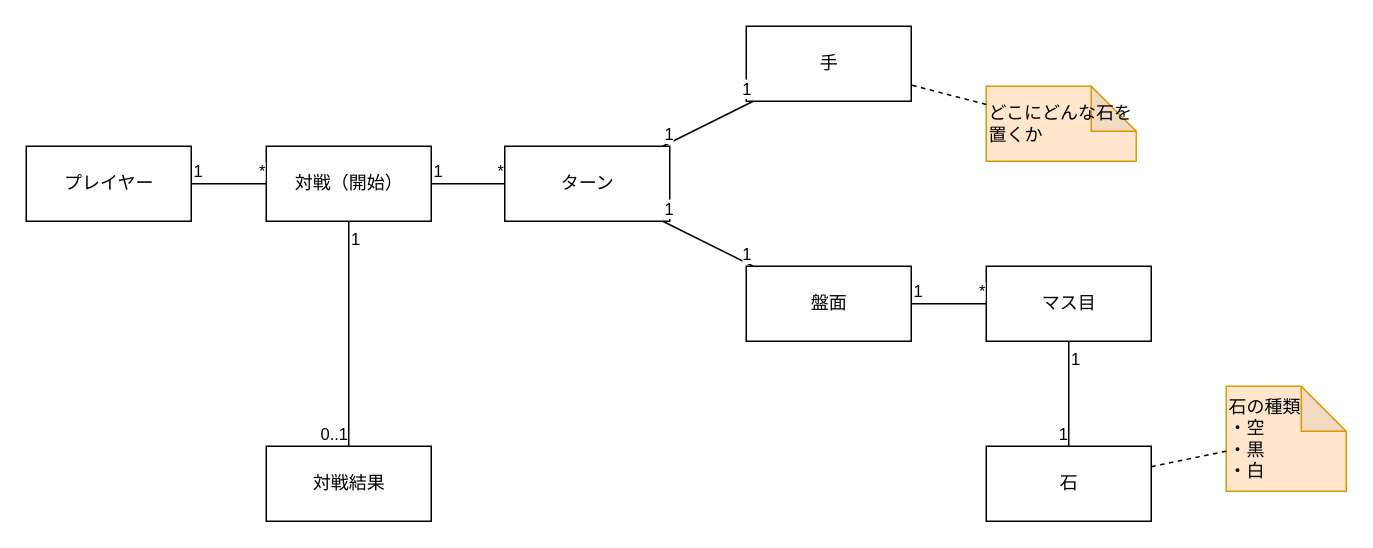
The draw.io diagram docs/conceptual-model.drawio in shingoooooon/ts-reversi, before the edit. Source tidied: cells renumbered, new cells numbered last; positions are measured from the earlier drawing's top-left corner, leaving out a move shared by most shapes. Both pictures are drawn from the tidied source at 150%, with x=0, y=0 at pixel (26, 26).
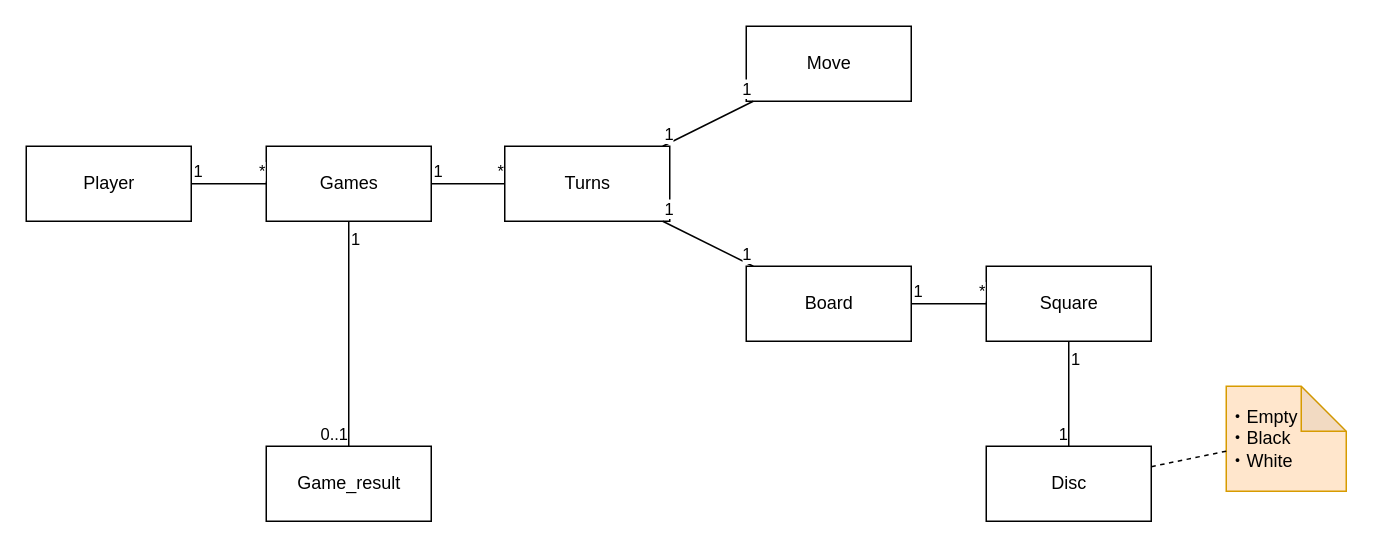
The same page after the edit.

Change to the diagram source:
```diff
@@
-    <mxCell id="2" value="対戦（開始）" style="html=1;" parent="1" vertex="1">
+    <mxCell id="2" value="Games" style="html=1;" parent="1" vertex="1">
       <mxGeometry x="160" y="80" width="110" height="50" as="geometry" />
     </mxCell>
-    <mxCell id="3" value="盤面" style="html=1;" parent="1" vertex="1">
+    <mxCell id="3" value="Board" style="html=1;" parent="1" vertex="1">
       <mxGeometry x="480" y="160" width="110" height="50" as="geometry" />
     </mxCell>
-    <mxCell id="4" value="石" style="html=1;" parent="1" vertex="1">
+    <mxCell id="4" value="Disc" style="html=1;" parent="1" vertex="1">
       <mxGeometry x="640" y="280" width="110" height="50" as="geometry" />
     </mxCell>
-    <mxCell id="5" value="対戦結果" style="html=1;" parent="1" vertex="1">
+    <mxCell id="5" value="Game_result" style="html=1;" parent="1" vertex="1">
       <mxGeometry x="160" y="280" width="110" height="50" as="geometry" />
     </mxCell>
-    <mxCell id="6" value="プレイヤー" style="html=1;" parent="1" vertex="1">
+    <mxCell id="6" value="Player" style="html=1;" parent="1" vertex="1">
       <mxGeometry y="80" width="110" height="50" as="geometry" />
     </mxCell>
-    <mxCell id="7" value="石の種類&lt;br&gt;・空&lt;br&gt;・黒&lt;br&gt;・白" style="shape=note;whiteSpace=wrap;html=1;backgroundOutline=1;darkOpacity=0.05;fillColor=#ffe6cc;strokeColor=#d79b00;align=left;" parent="1" vertex="1">
+    <mxCell id="7" value="・Empty&lt;br&gt;・Black&lt;br&gt;・White" style="shape=note;whiteSpace=wrap;html=1;backgroundOutline=1;darkOpacity=0.05;fillColor=#ffe6cc;strokeColor=#d79b00;align=left;" parent="1" vertex="1">
       <mxGeometry x="800" y="240" width="80" height="70" as="geometry" />
     </mxCell>
@@
-    <mxCell id="12" value="ターン" style="html=1;" parent="1" vertex="1">
+    <mxCell id="12" value="Turns" style="html=1;" parent="1" vertex="1">
       <mxGeometry x="319" y="80" width="110" height="50" as="geometry" />
     </mxCell>
@@
-    <mxCell id="19" value="マス目" style="html=1;" parent="1" vertex="1">
+    <mxCell id="19" value="Square" style="html=1;" parent="1" vertex="1">
       <mxGeometry x="640" y="160" width="110" height="50" as="geometry" />
     </mxCell>
@@
-    <mxCell id="26" value="手" style="html=1;" parent="1" vertex="1">
+    <mxCell id="26" value="Move" style="html=1;" parent="1" vertex="1">
       <mxGeometry x="480" width="110" height="50" as="geometry" />
     </mxCell>
@@
-    <mxCell id="30" value="どこにどんな石を置くか" style="shape=note;whiteSpace=wrap;html=1;backgroundOutline=1;darkOpacity=0.05;fillColor=#ffe6cc;strokeColor=#d79b00;align=left;" parent="1" vertex="1">
-      <mxGeometry x="640" y="40" width="100" height="50" as="geometry" />
-    </mxCell>
-    <mxCell id="31" style="endArrow=none;dashed=1;html=1;" parent="1" edge="1" source="30" target="26">
-      <mxGeometry relative="1" as="geometry" />
-    </mxCell>
```
